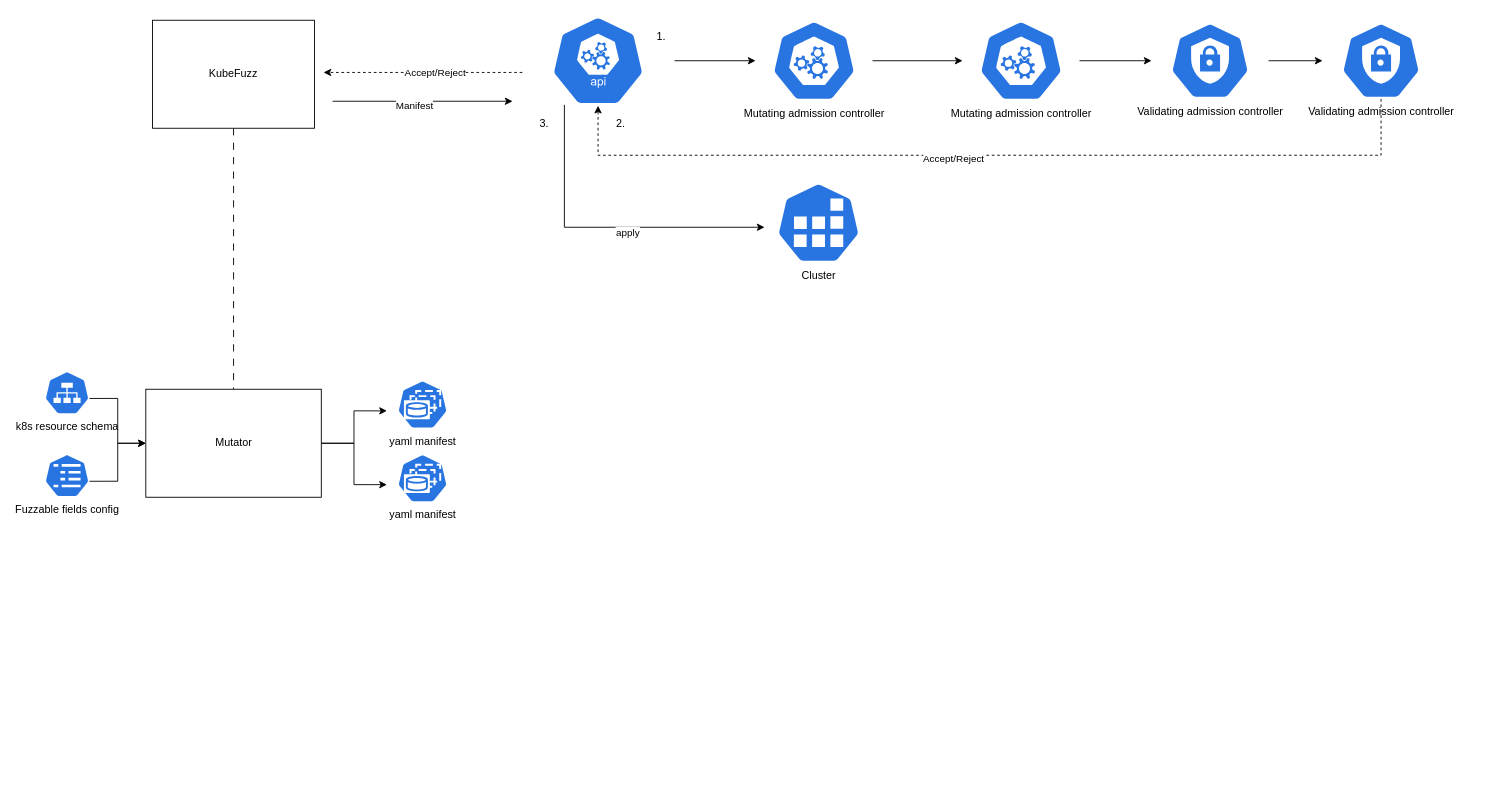
avolens/kubefuzz keeps this draw.io diagram as arch/architecture.drawio. Above is the earlier version. Source tidied: cells renumbered, new cells numbered last; positions are measured from the earlier drawing's top-left corner, leaving out a move shared by most shapes. Both pictures are drawn from the tidied source at 90%, with x=0, y=0 at pixel (44, 15).
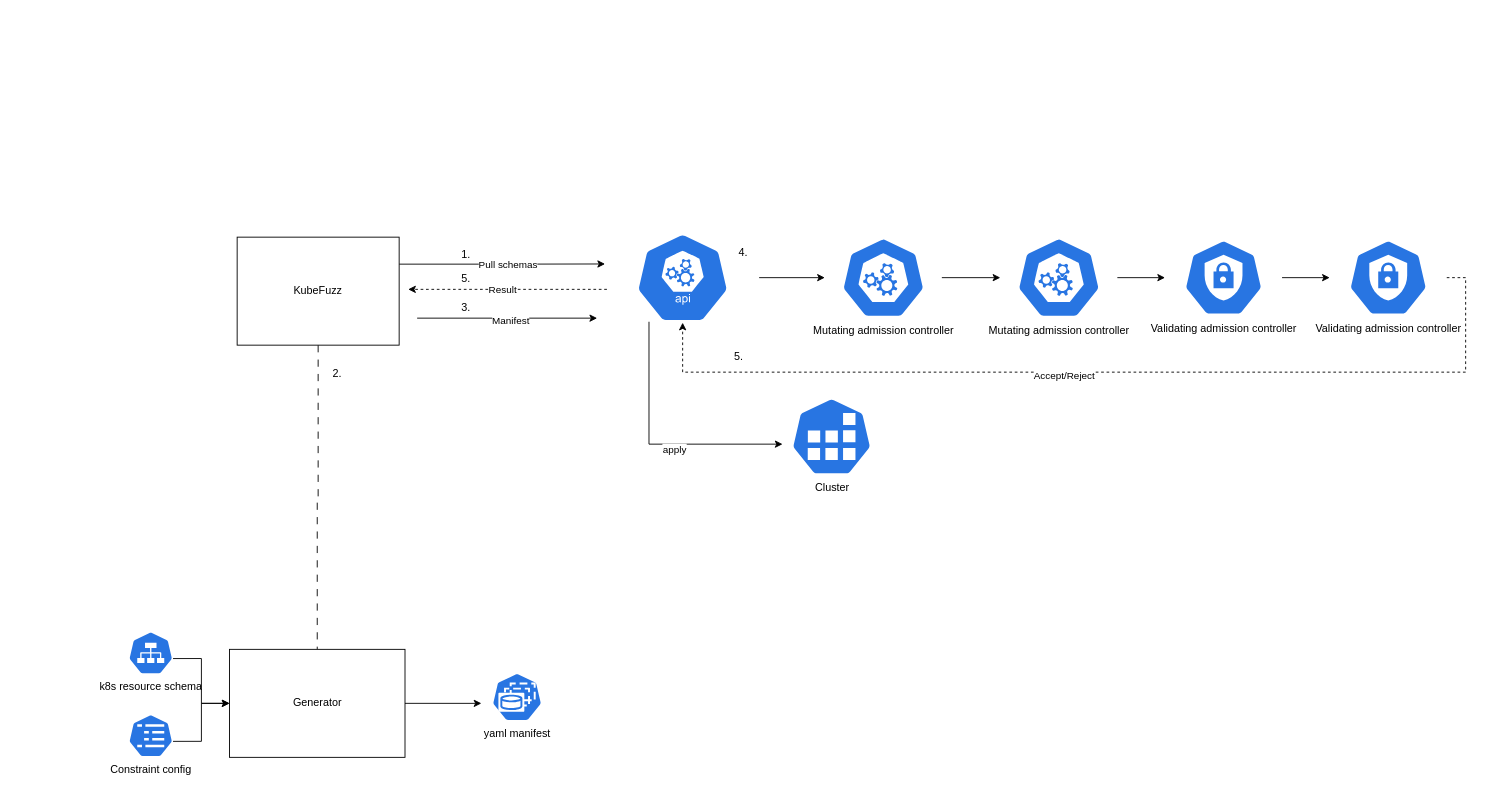
After the change.

The edit, as a diff of the source:
```diff
@@
-<mxGraphModel background="#ffffff">
+<mxGraphModel>
@@
     <mxCell id="2" style="edgeStyle=orthogonalEdgeStyle;rounded=0;orthogonalLoop=1;jettySize=auto;html=1;" parent="1" edge="1">
       <mxGeometry relative="1" as="geometry">
-        <mxPoint x="320" y="95" as="sourcePoint" />
-        <mxPoint x="520" y="95" as="targetPoint" />
+        <mxPoint x="414" y="336" as="sourcePoint" />
+        <mxPoint x="614" y="336" as="targetPoint" />
       </mxGeometry>
     </mxCell>
     <mxCell id="3" value="&lt;div&gt;Manifest&lt;/div&gt;" style="edgeLabel;html=1;align=center;verticalAlign=middle;" parent="2" vertex="1">
-      <mxGeometry x="-0.1" y="-4" relative="1" as="geometry" />
+      <mxGeometry x="-0.1" y="-4" relative="1" as="geometry">
+        <mxPoint x="13" y="-2" as="offset" />
+      </mxGeometry>
     </mxCell>
@@
+    <mxCell id="34" style="edgeStyle=orthogonalEdgeStyle;rounded=0;jettySize=auto;html=1;exitX=1;exitY=0.25;exitDx=0;exitDy=0;" parent="1" edge="1" source="5">
+      <mxGeometry relative="1" as="geometry">
+        <mxPoint x="622.8" y="275.8" as="targetPoint" />
+      </mxGeometry>
+    </mxCell>
+    <mxCell id="35" value="&lt;div&gt;Pull schemas&lt;/div&gt;" style="edgeLabel;html=1;align=center;verticalAlign=middle;" parent="34" vertex="1">
+      <mxGeometry x="-0.2" relative="1" as="geometry">
+        <mxPoint x="28" as="offset" />
+      </mxGeometry>
+    </mxCell>
     <mxCell id="5" value="&lt;div&gt;KubeFuzz&lt;/div&gt;" style="rounded=0;whiteSpace=wrap;html=1;" parent="1" vertex="1">
-      <mxGeometry x="120" y="5" width="180" height="120" as="geometry" />
+      <mxGeometry x="214" y="246" width="180" height="120" as="geometry" />
     </mxCell>
@@
     <mxCell id="7" style="edgeStyle=orthogonalEdgeStyle;rounded=0;jettySize=auto;html=1;exitX=0.28;exitY=0.99;exitDx=0;exitDy=0;exitPerimeter=0;" parent="1" edge="1" source="11" target="21">
       <mxGeometry relative="1" as="geometry">
         <Array as="points">
-          <mxPoint x="578" y="235" />
+          <mxPoint x="672" y="476" />
         </Array>
       </mxGeometry>
     </mxCell>
@@
     <mxCell id="9" style="edgeStyle=orthogonalEdgeStyle;rounded=0;jettySize=auto;html=1;exitX=0.005;exitY=0.63;exitDx=0;exitDy=0;exitPerimeter=0;dashed=1;" parent="1" edge="1" source="11">
       <mxGeometry relative="1" as="geometry">
-        <mxPoint x="310" y="63" as="targetPoint" />
+        <mxPoint x="404" y="304" as="targetPoint" />
       </mxGeometry>
     </mxCell>
-    <mxCell id="10" value="Accept/Reject" style="edgeLabel;html=1;align=center;verticalAlign=middle;" parent="9" vertex="1">
-      <mxGeometry x="-0.12" y="-1" relative="1" as="geometry" />
+    <mxCell id="10" value="Result" style="edgeLabel;html=1;align=center;verticalAlign=middle;" parent="9" vertex="1">
+      <mxGeometry x="-0.12" y="-1" relative="1" as="geometry">
+        <mxPoint x="-19" y="1" as="offset" />
+      </mxGeometry>
     </mxCell>
     <mxCell id="11" style="sketch=0;html=1;dashed=0;whitespace=wrap;fillColor=#2875E2;strokeColor=#ffffff;points=[[0.005,0.63,0],[0.1,0.2,0],[0.9,0.2,0],[0.5,0,0],[0.995,0.63,0],[0.72,0.99,0],[0.5,1,0],[0.28,0.99,0]];verticalLabelPosition=bottom;align=center;verticalAlign=top;shape=mxgraph.kubernetes.icon;prIcon=api;" parent="1" vertex="1">
-      <mxGeometry x="530" width="170" height="100" as="geometry" />
+      <mxGeometry x="624" y="241" width="170" height="100" as="geometry" />
     </mxCell>
@@
     <mxCell id="13" value="&lt;div&gt;Mutating admission controller &lt;br&gt;&lt;/div&gt;" style="sketch=0;html=1;dashed=0;whitespace=wrap;fillColor=#2875E2;strokeColor=#ffffff;points=[[0.005,0.63,0],[0.1,0.2,0],[0.9,0.2,0],[0.5,0,0],[0.995,0.63,0],[0.72,0.99,0],[0.5,1,0],[0.28,0.99,0]];verticalLabelPosition=bottom;align=center;verticalAlign=top;shape=mxgraph.kubernetes.icon;prIcon=master;" parent="1" vertex="1">
-      <mxGeometry x="790" y="5" width="130" height="90" as="geometry" />
+      <mxGeometry x="867" y="246" width="130" height="90" as="geometry" />
     </mxCell>
@@
     <mxCell id="15" value="&lt;div&gt;Mutating admission controller &lt;br&gt;&lt;/div&gt;" style="sketch=0;html=1;dashed=0;whitespace=wrap;fillColor=#2875E2;strokeColor=#ffffff;points=[[0.005,0.63,0],[0.1,0.2,0],[0.9,0.2,0],[0.5,0,0],[0.995,0.63,0],[0.72,0.99,0],[0.5,1,0],[0.28,0.99,0]];verticalLabelPosition=bottom;align=center;verticalAlign=top;shape=mxgraph.kubernetes.icon;prIcon=master;" parent="1" vertex="1">
-      <mxGeometry x="1020" y="5" width="130" height="90" as="geometry" />
+      <mxGeometry x="1062" y="246" width="130" height="90" as="geometry" />
     </mxCell>
@@
     <mxCell id="17" value="Validating admission controller" style="sketch=0;html=1;dashed=0;whitespace=wrap;fillColor=#2875E2;strokeColor=#ffffff;points=[[0.005,0.63,0],[0.1,0.2,0],[0.9,0.2,0],[0.5,0,0],[0.995,0.63,0],[0.72,0.99,0],[0.5,1,0],[0.28,0.99,0]];verticalLabelPosition=bottom;align=center;verticalAlign=top;shape=mxgraph.kubernetes.icon;prIcon=c_role;" parent="1" vertex="1">
-      <mxGeometry x="1230" y="7.5" width="130" height="85" as="geometry" />
+      <mxGeometry x="1245" y="248.5" width="130" height="85" as="geometry" />
     </mxCell>
     <mxCell id="18" style="edgeStyle=orthogonalEdgeStyle;rounded=0;jettySize=auto;html=1;entryX=0.5;entryY=1;entryDx=0;entryDy=0;entryPerimeter=0;dashed=1;" parent="1" edge="1" source="20" target="11">
       <mxGeometry relative="1" as="geometry">
         <Array as="points">
-          <mxPoint x="1485" y="155" />
-          <mxPoint x="615" y="155" />
+          <mxPoint x="1579" y="396" />
+          <mxPoint x="709" y="396" />
         </Array>
       </mxGeometry>
     </mxCell>
@@
     <mxCell id="20" value="Validating admission controller" style="sketch=0;html=1;dashed=0;whitespace=wrap;fillColor=#2875E2;strokeColor=#ffffff;points=[[0.005,0.63,0],[0.1,0.2,0],[0.9,0.2,0],[0.5,0,0],[0.995,0.63,0],[0.72,0.99,0],[0.5,1,0],[0.28,0.99,0]];verticalLabelPosition=bottom;align=center;verticalAlign=top;shape=mxgraph.kubernetes.icon;prIcon=c_role;" parent="1" vertex="1">
-      <mxGeometry x="1420" y="7.5" width="130" height="85" as="geometry" />
+      <mxGeometry x="1428" y="248.5" width="130" height="85" as="geometry" />
     </mxCell>
     <mxCell id="21" value="Cluster" style="sketch=0;html=1;dashed=0;whitespace=wrap;fillColor=#2875E2;strokeColor=#ffffff;points=[[0.005,0.63,0],[0.1,0.2,0],[0.9,0.2,0],[0.5,0,0],[0.995,0.63,0],[0.72,0.99,0],[0.5,1,0],[0.28,0.99,0]];verticalLabelPosition=bottom;align=center;verticalAlign=top;shape=mxgraph.kubernetes.icon;prIcon=job;" parent="1" vertex="1">
-      <mxGeometry x="800" y="185" width="120" height="90" as="geometry" />
+      <mxGeometry x="820" y="424" width="109" height="87" as="geometry" />
     </mxCell>
-    <mxCell id="22" value="1." style="text;html=1;align=center;verticalAlign=middle;strokeColor=none;fillColor=none;" parent="1" vertex="1">
-      <mxGeometry x="670" y="7.5" width="30" height="30" as="geometry" />
-    </mxCell>
-    <mxCell id="23" value="2." style="text;html=1;align=center;verticalAlign=middle;strokeColor=none;fillColor=none;" parent="1" vertex="1">
-      <mxGeometry x="625" y="105" width="30" height="30" as="geometry" />
-    </mxCell>
-    <mxCell id="24" value="&lt;div&gt;3.&lt;/div&gt;" style="text;html=1;align=center;verticalAlign=middle;strokeColor=none;fillColor=none;" parent="1" vertex="1">
-      <mxGeometry x="540" y="105" width="30" height="30" as="geometry" />
-    </mxCell>
@@
-    <mxCell id="26" style="edgeStyle=orthogonalEdgeStyle;rounded=0;jettySize=auto;html=1;exitX=1;exitY=0.5;exitDx=0;exitDy=0;entryX=0.005;entryY=0.63;entryDx=0;entryDy=0;entryPerimeter=0;" parent="1" edge="1" source="27" target="29">
-      <mxGeometry relative="1" as="geometry" />
-    </mxCell>
-    <mxCell id="27" value="Mutator" style="whiteSpace=wrap;html=1;" parent="1" vertex="1">
-      <mxGeometry x="112.5" y="415" width="195" height="120" as="geometry" />
+    <mxCell id="27" value="Generator" style="whiteSpace=wrap;html=1;" parent="1" vertex="1">
+      <mxGeometry x="205.5" y="704" width="195" height="120" as="geometry" />
     </mxCell>
     <mxCell id="28" value="&lt;div&gt;yaml manifest&lt;/div&gt;" style="sketch=0;html=1;dashed=0;whitespace=wrap;fillColor=#2875E2;strokeColor=#ffffff;points=[[0.005,0.63,0],[0.1,0.2,0],[0.9,0.2,0],[0.5,0,0],[0.995,0.63,0],[0.72,0.99,0],[0.5,1,0],[0.28,0.99,0]];verticalLabelPosition=bottom;align=center;verticalAlign=top;shape=mxgraph.kubernetes.icon;prIcon=sts;" parent="1" vertex="1">
-      <mxGeometry x="380" y="405" width="80" height="54" as="geometry" />
+      <mxGeometry x="485" y="730" width="80" height="54" as="geometry" />
     </mxCell>
-    <mxCell id="29" value="yaml manifest" style="sketch=0;html=1;dashed=0;whitespace=wrap;fillColor=#2875E2;strokeColor=#ffffff;points=[[0.005,0.63,0],[0.1,0.2,0],[0.9,0.2,0],[0.5,0,0],[0.995,0.63,0],[0.72,0.99,0],[0.5,1,0],[0.28,0.99,0]];verticalLabelPosition=bottom;align=center;verticalAlign=top;shape=mxgraph.kubernetes.icon;prIcon=sts;" parent="1" vertex="1">
-      <mxGeometry x="380" y="487" width="80" height="54" as="geometry" />
-    </mxCell>
@@
     <mxCell id="31" value="&lt;div&gt;k8s resource schema&lt;/div&gt;&lt;div&gt;&lt;br&gt;&lt;/div&gt;" style="sketch=0;html=1;dashed=0;whitespace=wrap;fillColor=#2875E2;strokeColor=#ffffff;points=[[0.005,0.63,0],[0.1,0.2,0],[0.9,0.2,0],[0.5,0,0],[0.995,0.63,0],[0.72,0.99,0],[0.5,1,0],[0.28,0.99,0]];verticalLabelPosition=bottom;align=center;verticalAlign=top;shape=mxgraph.kubernetes.icon;prIcon=svc;" parent="1" vertex="1">
-      <mxGeometry y="395" width="50" height="48" as="geometry" />
+      <mxGeometry x="93" y="684" width="50" height="48" as="geometry" />
     </mxCell>
@@
-    <mxCell id="33" value="&lt;div&gt;Fuzzable fields config&lt;/div&gt;&lt;div&gt;&lt;br&gt;&lt;/div&gt;" style="sketch=0;html=1;dashed=0;whitespace=wrap;fillColor=#2875E2;strokeColor=#ffffff;points=[[0.005,0.63,0],[0.1,0.2,0],[0.9,0.2,0],[0.5,0,0],[0.995,0.63,0],[0.72,0.99,0],[0.5,1,0],[0.28,0.99,0]];verticalLabelPosition=bottom;align=center;verticalAlign=top;shape=mxgraph.kubernetes.icon;prIcon=cm;" parent="1" vertex="1">
-      <mxGeometry y="487" width="50" height="48" as="geometry" />
+    <mxCell id="33" value="&lt;div&gt;Constraint config&lt;/div&gt;&lt;div&gt;&lt;br&gt;&lt;/div&gt;" style="sketch=0;html=1;dashed=0;whitespace=wrap;fillColor=#2875E2;strokeColor=#ffffff;points=[[0.005,0.63,0],[0.1,0.2,0],[0.9,0.2,0],[0.5,0,0],[0.995,0.63,0],[0.72,0.99,0],[0.5,1,0],[0.28,0.99,0]];verticalLabelPosition=bottom;align=center;verticalAlign=top;shape=mxgraph.kubernetes.icon;prIcon=cm;" parent="1" vertex="1">
+      <mxGeometry x="93" y="776" width="50" height="48" as="geometry" />
     </mxCell>
+    <mxCell id="22" value="1." style="text;html=1;align=center;verticalAlign=middle;strokeColor=none;fillColor=none;" parent="1" vertex="1">
+      <mxGeometry x="454" y="252.5" width="28" height="26" as="geometry" />
+    </mxCell>
+    <mxCell id="23" value="2." style="text;html=1;align=center;verticalAlign=middle;strokeColor=none;fillColor=none;" parent="1" vertex="1">
+      <mxGeometry x="311" y="385" width="28" height="26" as="geometry" />
+    </mxCell>
+    <mxCell id="24" value="&lt;div&gt;3.&lt;/div&gt;" style="text;html=1;align=center;verticalAlign=middle;strokeColor=none;fillColor=none;" parent="1" vertex="1">
+      <mxGeometry x="454" y="312" width="28" height="26" as="geometry" />
+    </mxCell>
+    <mxCell id="36" value="4." style="text;html=1;align=center;verticalAlign=middle;strokeColor=none;fillColor=none;" parent="1" vertex="1">
+      <mxGeometry x="762" y="250" width="28" height="26" as="geometry" />
+    </mxCell>
+    <mxCell id="37" value="5." style="text;html=1;align=center;verticalAlign=middle;strokeColor=none;fillColor=none;" parent="1" vertex="1">
+      <mxGeometry x="757" y="366" width="28" height="26" as="geometry" />
+    </mxCell>
+    <mxCell id="38" value="5." style="text;html=1;align=center;verticalAlign=middle;strokeColor=none;fillColor=none;" parent="1" vertex="1">
+      <mxGeometry x="454" y="278.5" width="28" height="26" as="geometry" />
+    </mxCell>
```
